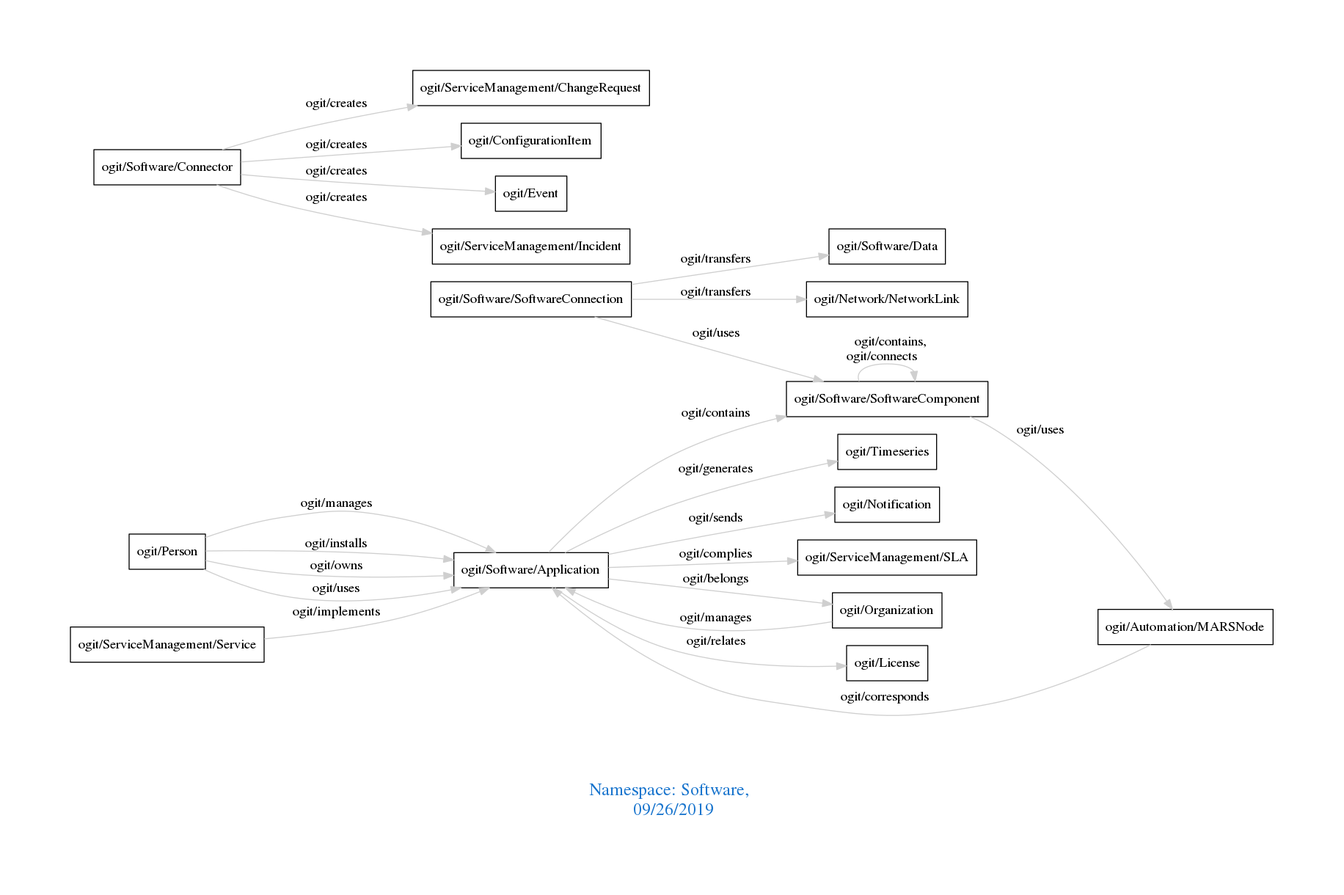
Earlier version of the Graphviz export downloads/Software.png (arago/OGIT). Its source is kept beside it as downloads/Software.dot.
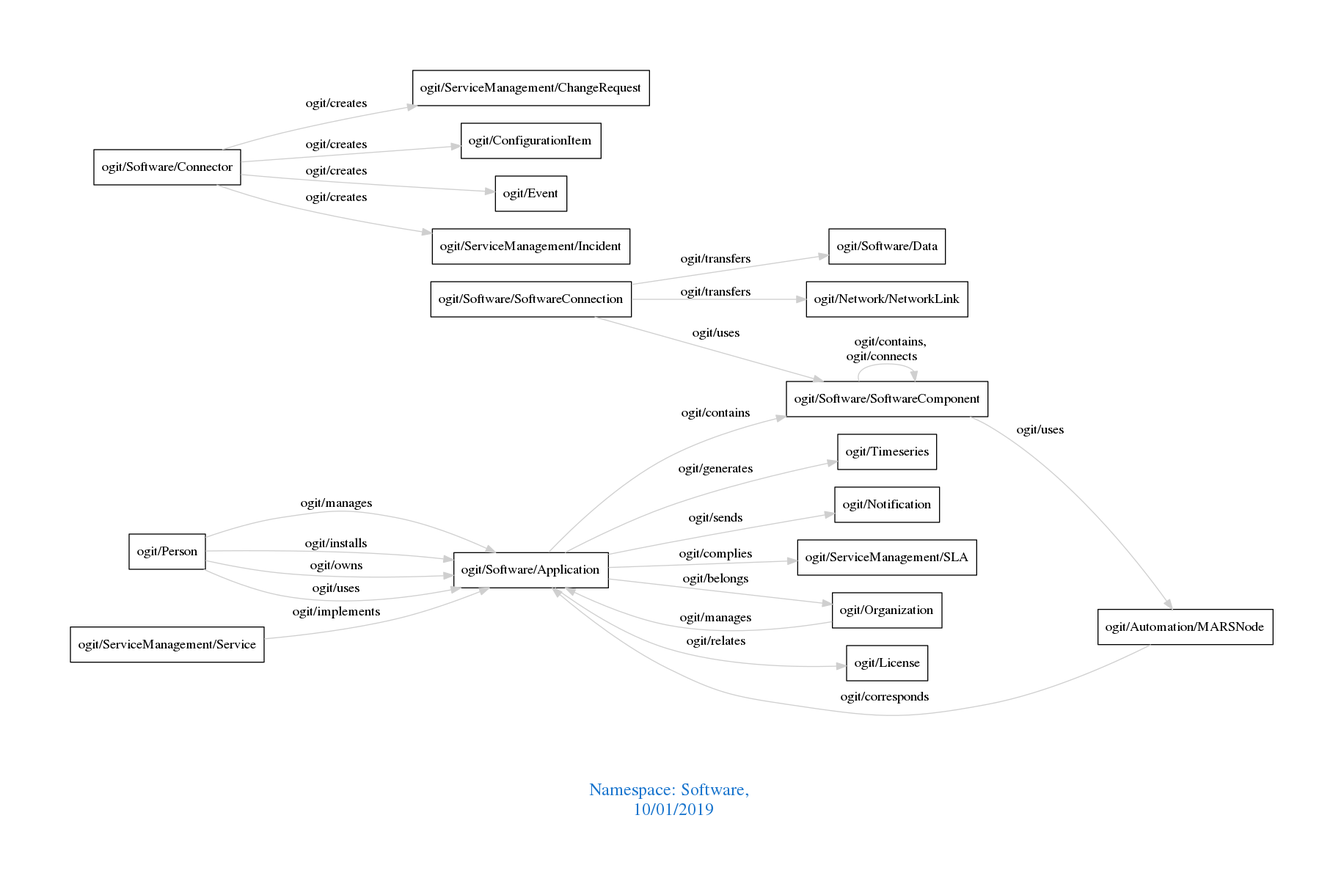
Above is the later version.

What changed in the source:
```diff
@@ -1,7 +1,7 @@
 digraph OGIT_ontology {
  graph [ rankdir= LR,pad=1
 fontsize = 18,
-fontcolor= dodgerblue3,label = "\n\n\nNamespace: Software, \n 09/26/2019"];
+fontcolor= dodgerblue3,label = "\n\n\nNamespace: Software, \n 10/01/2019"];
 node[shape=polygon];
 edge [  color="gray81"];
 
```
